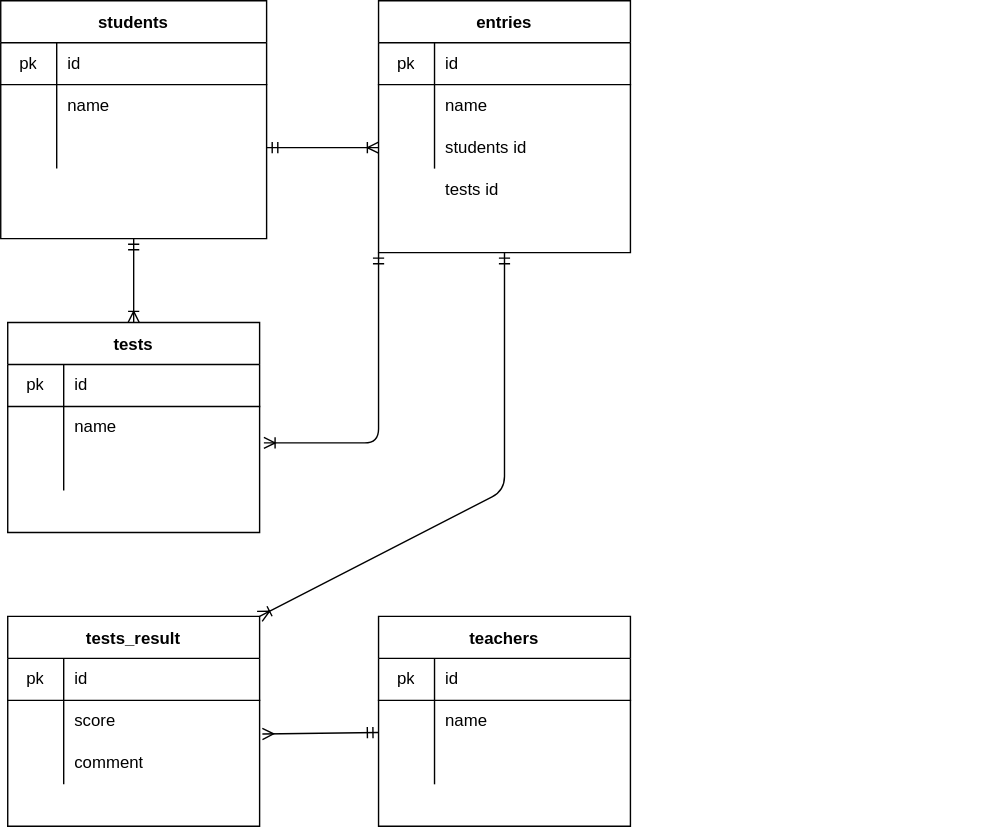
The draw.io diagram 設計テスト.drawio.svg in fujiwaramatsuri/20211219fujiwara, before a commit. Source tidied: cells renumbered, new cells last; positions are measured from the earlier drawing's top-left corner, leaving out a move shared by most shapes.
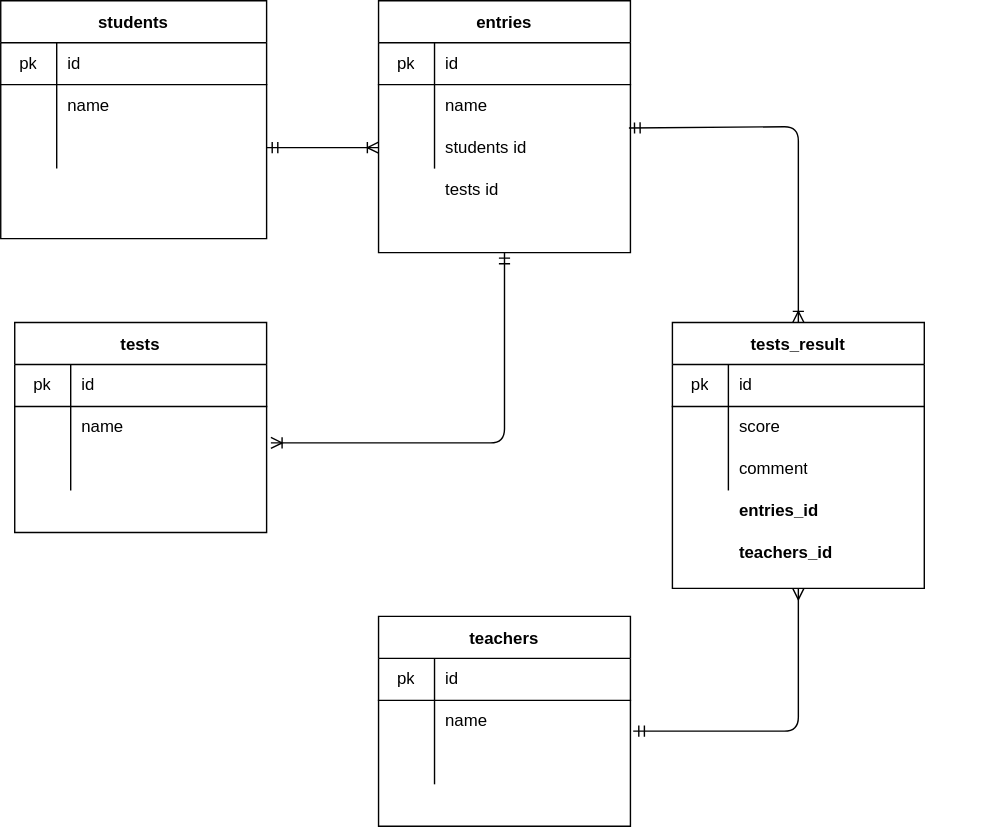
Above is the later version.

What changed in the source:
```diff
@@ -2,9 +2,6 @@
   <root>
     <mxCell id="0" />
     <mxCell id="1" parent="0" />
-    <mxCell id="2" style="edgeStyle=none;html=1;exitX=0.5;exitY=0;exitDx=0;exitDy=0;startArrow=ERoneToMany;startFill=0;endArrow=ERmandOne;endFill=0;entryX=0.5;entryY=1;entryDx=0;entryDy=0;" parent="1" edge="1" source="48" target="3">
-      <mxGeometry relative="1" as="geometry" />
-    </mxCell>
     <mxCell id="3" value="students" style="shape=table;startSize=30;rowLines=0;fontStyle=1;align=center;" parent="1" vertex="1">
       <mxGeometry width="190" height="170" as="geometry" />
     </mxCell>
@@ -35,8 +32,12 @@
     <mxCell id="12" style="shape=partialRectangle;html=1;whiteSpace=wrap;fillColor=none;top=0;left=0;bottom=0;right=0;align=left;spacingLeft=6;overflow=hidden;" parent="10" vertex="1">
       <mxGeometry x="40" width="150" height="30" as="geometry" />
     </mxCell>
-    <mxCell id="13" style="edgeStyle=none;html=1;entryX=1.011;entryY=0.8;entryDx=0;entryDy=0;startArrow=ERmandOne;startFill=0;endArrow=ERmany;endFill=0;exitX=0;exitY=0.767;exitDx=0;exitDy=0;exitPerimeter=0;entryPerimeter=0;" parent="1" edge="1" source="18" target="28">
-      <mxGeometry relative="1" as="geometry" />
+    <mxCell id="13" style="edgeStyle=none;html=1;entryX=0.5;entryY=1;entryDx=0;entryDy=0;startArrow=ERmandOne;startFill=0;endArrow=ERmany;endFill=0;exitX=1.011;exitY=0.733;exitDx=0;exitDy=0;exitPerimeter=0;" parent="1" edge="1" source="18" target="24">
+      <mxGeometry relative="1" as="geometry">
+        <Array as="points">
+          <mxPoint x="570" y="522" />
+        </Array>
+      </mxGeometry>
     </mxCell>
     <mxCell id="14" value="teachers" style="shape=table;startSize=30;rowLines=0;fontStyle=1;align=center;" parent="1" vertex="1">
       <mxGeometry x="270" y="440" width="180" height="150" as="geometry" />
@@ -69,7 +70,7 @@
       <mxGeometry x="40" width="140" height="30" as="geometry" />
     </mxCell>
     <mxCell id="24" value="tests_result" style="shape=table;startSize=30;rowLines=0;fontStyle=1;align=center;" parent="1" vertex="1">
-      <mxGeometry x="5" y="440" width="180" height="150" as="geometry" />
+      <mxGeometry x="480" y="230" width="180" height="190" as="geometry" />
     </mxCell>
     <mxCell id="25" style="shape=partialRectangle;html=1;whiteSpace=wrap;fillColor=none;top=0;left=0;bottom=1;right=0;" parent="24" vertex="1">
       <mxGeometry y="30" width="180" height="30" as="geometry" />
@@ -101,17 +102,17 @@
     <mxCell id="34" style="shape=partialRectangle;html=1;whiteSpace=wrap;fillColor=none;top=0;left=0;bottom=0;right=0;align=left;spacingLeft=6;overflow=hidden;" parent="1" vertex="1">
       <mxGeometry x="560" y="360" width="140" height="30" as="geometry" />
     </mxCell>
-    <mxCell id="35" style="edgeStyle=none;html=1;exitX=0;exitY=1;exitDx=0;exitDy=0;entryX=1.017;entryY=0.867;entryDx=0;entryDy=0;entryPerimeter=0;startArrow=ERmandOne;startFill=0;endArrow=ERoneToMany;endFill=0;" parent="1" edge="1" source="37" target="52">
+    <mxCell id="35" style="edgeStyle=none;html=1;exitX=0.5;exitY=1;exitDx=0;exitDy=0;entryX=1.017;entryY=0.867;entryDx=0;entryDy=0;entryPerimeter=0;startArrow=ERmandOne;startFill=0;endArrow=ERoneToMany;endFill=0;" parent="1" edge="1" source="37" target="52">
       <mxGeometry relative="1" as="geometry">
         <Array as="points">
-          <mxPoint x="270" y="316" />
+          <mxPoint x="360" y="316" />
         </Array>
       </mxGeometry>
     </mxCell>
-    <mxCell id="36" style="edgeStyle=none;html=1;entryX=1;entryY=0;entryDx=0;entryDy=0;startArrow=ERmandOne;startFill=0;endArrow=ERoneToMany;endFill=0;exitX=0.5;exitY=1;exitDx=0;exitDy=0;" parent="1" edge="1" source="37" target="24">
+    <mxCell id="36" style="edgeStyle=none;html=1;entryX=0.5;entryY=0;entryDx=0;entryDy=0;startArrow=ERmandOne;startFill=0;endArrow=ERoneToMany;endFill=0;exitX=0.994;exitY=0.033;exitDx=0;exitDy=0;exitPerimeter=0;" parent="1" edge="1" source="44" target="24">
       <mxGeometry relative="1" as="geometry">
         <Array as="points">
-          <mxPoint x="360" y="350" />
+          <mxPoint x="570" y="90" />
         </Array>
       </mxGeometry>
     </mxCell>
@@ -149,7 +150,7 @@
       <mxGeometry relative="1" as="geometry" />
     </mxCell>
     <mxCell id="48" value="tests" style="shape=table;startSize=30;rowLines=0;fontStyle=1;align=center;" parent="1" vertex="1">
-      <mxGeometry x="5" y="230" width="180" height="150" as="geometry" />
+      <mxGeometry x="10" y="230" width="180" height="150" as="geometry" />
     </mxCell>
     <mxCell id="49" style="shape=partialRectangle;html=1;whiteSpace=wrap;fillColor=none;top=0;left=0;bottom=1;right=0;" parent="48" vertex="1">
       <mxGeometry y="30" width="180" height="30" as="geometry" />
@@ -181,5 +182,11 @@
     <mxCell id="58" value="tests id" style="shape=partialRectangle;html=1;whiteSpace=wrap;fillColor=none;top=0;left=0;bottom=0;right=0;align=left;spacingLeft=6;overflow=hidden;" parent="1" vertex="1">
       <mxGeometry x="310" y="120" width="140" height="30" as="geometry" />
     </mxCell>
+    <mxCell id="59" value="&lt;span style=&quot;font-weight: 700 ; text-align: center&quot;&gt;entries_id&lt;/span&gt;" style="shape=partialRectangle;html=1;whiteSpace=wrap;fillColor=none;top=0;left=0;bottom=0;right=0;align=left;spacingLeft=6;overflow=hidden;" parent="1" vertex="1">
+      <mxGeometry x="520" y="350" width="140" height="30" as="geometry" />
+    </mxCell>
+    <mxCell id="60" value="&lt;span style=&quot;font-weight: 700 ; text-align: center&quot;&gt;teachers_id&lt;/span&gt;" style="shape=partialRectangle;html=1;whiteSpace=wrap;fillColor=none;top=0;left=0;bottom=0;right=0;align=left;spacingLeft=6;overflow=hidden;" parent="1" vertex="1">
+      <mxGeometry x="520" y="380" width="140" height="30" as="geometry" />
+    </mxCell>
   </root>
 </mxGraphModel>
```
